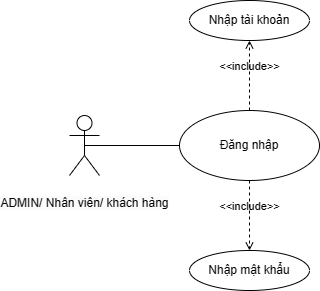
This is UC/imgs/UC_DANGNHAP.drawio.png from hieuNV0871/da, a draw.io export, as it was before one commit. Source tidied: cells renumbered, new cells last; positions are measured from the earlier drawing's top-left corner, leaving out a move shared by most shapes. Its diagram source:
```xml
<mxGraphModel>
  <root>
    <mxCell id="0" />
    <mxCell id="1" parent="0" />
    <mxCell id="2" value="&#10;&lt;span style=&quot;color: rgb(0, 0, 0); font-family: Helvetica; font-size: 12px; font-style: normal; font-variant-ligatures: normal; font-variant-caps: normal; font-weight: 400; letter-spacing: normal; orphans: 2; text-align: center; text-indent: 0px; text-transform: none; widows: 2; word-spacing: 0px; -webkit-text-stroke-width: 0px; background-color: rgb(251, 251, 251); text-decoration-thickness: initial; text-decoration-style: initial; text-decoration-color: initial; float: none; display: inline !important;&quot;&gt;ADMIN/ Nhân viên/ khách hàng&lt;/span&gt;&#10;&#10;" style="shape=umlActor;verticalLabelPosition=bottom;verticalAlign=top;html=1;outlineConnect=0;" parent="1" vertex="1">
      <mxGeometry y="115" width="30" height="60" as="geometry" />
    </mxCell>
    <mxCell id="3" value="&amp;lt;&amp;lt;include&amp;gt;&amp;gt;" style="html=1;verticalAlign=bottom;labelBackgroundColor=none;endArrow=open;endFill=0;dashed=1;rounded=0;exitX=0.5;exitY=0;exitDx=0;exitDy=0;entryX=0.5;entryY=1;entryDx=0;entryDy=0;" parent="1" edge="1" source="4" target="5">
      <mxGeometry relative="1" as="geometry" />
    </mxCell>
    <mxCell id="4" value="Đăng nhập" style="ellipse;whiteSpace=wrap;html=1;" parent="1" vertex="1">
      <mxGeometry x="110" y="110" width="140" height="70" as="geometry" />
    </mxCell>
    <mxCell id="5" value="Nhập tài khoản" style="ellipse;whiteSpace=wrap;html=1;" parent="1" vertex="1">
      <mxGeometry x="120" width="120" height="40" as="geometry" />
    </mxCell>
    <mxCell id="6" value="Nhập mật khẩu" style="ellipse;whiteSpace=wrap;html=1;" parent="1" vertex="1">
      <mxGeometry x="120" y="250" width="120" height="40" as="geometry" />
    </mxCell>
    <mxCell id="7" value="&amp;lt;&amp;lt;include&amp;gt;&amp;gt;" style="html=1;verticalAlign=bottom;labelBackgroundColor=none;endArrow=open;endFill=0;dashed=1;rounded=0;exitX=0.5;exitY=1;exitDx=0;exitDy=0;entryX=0.5;entryY=0;entryDx=0;entryDy=0;" parent="1" edge="1" source="4" target="6">
      <mxGeometry relative="1" as="geometry" />
    </mxCell>
    <mxCell id="8" style="endArrow=none;html=1;rounded=0;exitX=0.5;exitY=0.5;exitDx=0;exitDy=0;exitPerimeter=0;entryX=0;entryY=0.5;entryDx=0;entryDy=0;" parent="1" edge="1" source="2" target="4">
      <mxGeometry relative="1" as="geometry" />
    </mxCell>
  </root>
</mxGraphModel>
```
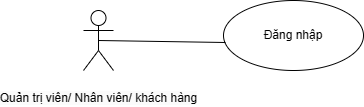
Later version of the same file.

The edit, as a diff of the source:
```diff
@@ -2,25 +2,13 @@
   <root>
     <mxCell id="0" />
     <mxCell id="1" parent="0" />
-    <mxCell id="2" value="&#10;&lt;span style=&quot;color: rgb(0, 0, 0); font-family: Helvetica; font-size: 12px; font-style: normal; font-variant-ligatures: normal; font-variant-caps: normal; font-weight: 400; letter-spacing: normal; orphans: 2; text-align: center; text-indent: 0px; text-transform: none; widows: 2; word-spacing: 0px; -webkit-text-stroke-width: 0px; background-color: rgb(251, 251, 251); text-decoration-thickness: initial; text-decoration-style: initial; text-decoration-color: initial; float: none; display: inline !important;&quot;&gt;ADMIN/ Nhân viên/ khách hàng&lt;/span&gt;&#10;&#10;" style="shape=umlActor;verticalLabelPosition=bottom;verticalAlign=top;html=1;outlineConnect=0;" parent="1" vertex="1">
-      <mxGeometry y="115" width="30" height="60" as="geometry" />
+    <mxCell id="2" value="&lt;br&gt;&lt;span style=&quot;color: rgb(0, 0, 0); font-family: Helvetica; font-size: 12px; font-style: normal; font-variant-ligatures: normal; font-variant-caps: normal; font-weight: 400; letter-spacing: normal; orphans: 2; text-align: center; text-indent: 0px; text-transform: none; widows: 2; word-spacing: 0px; -webkit-text-stroke-width: 0px; background-color: rgb(251, 251, 251); text-decoration-thickness: initial; text-decoration-style: initial; text-decoration-color: initial; float: none; display: inline !important;&quot;&gt;Quản trị viên/ Nhân viên/ khách hàng&lt;/span&gt;&lt;br&gt;" style="shape=umlActor;verticalLabelPosition=bottom;verticalAlign=top;html=1;outlineConnect=0;" parent="1" vertex="1">
+      <mxGeometry x="-30" y="120" width="30" height="60" as="geometry" />
     </mxCell>
-    <mxCell id="3" value="&amp;lt;&amp;lt;include&amp;gt;&amp;gt;" style="html=1;verticalAlign=bottom;labelBackgroundColor=none;endArrow=open;endFill=0;dashed=1;rounded=0;exitX=0.5;exitY=0;exitDx=0;exitDy=0;entryX=0.5;entryY=1;entryDx=0;entryDy=0;" parent="1" edge="1" source="4" target="5">
-      <mxGeometry relative="1" as="geometry" />
-    </mxCell>
     <mxCell id="4" value="Đăng nhập" style="ellipse;whiteSpace=wrap;html=1;" parent="1" vertex="1">
       <mxGeometry x="110" y="110" width="140" height="70" as="geometry" />
     </mxCell>
-    <mxCell id="5" value="Nhập tài khoản" style="ellipse;whiteSpace=wrap;html=1;" parent="1" vertex="1">
-      <mxGeometry x="120" width="120" height="40" as="geometry" />
-    </mxCell>
-    <mxCell id="6" value="Nhập mật khẩu" style="ellipse;whiteSpace=wrap;html=1;" parent="1" vertex="1">
-      <mxGeometry x="120" y="250" width="120" height="40" as="geometry" />
-    </mxCell>
-    <mxCell id="7" value="&amp;lt;&amp;lt;include&amp;gt;&amp;gt;" style="html=1;verticalAlign=bottom;labelBackgroundColor=none;endArrow=open;endFill=0;dashed=1;rounded=0;exitX=0.5;exitY=1;exitDx=0;exitDy=0;entryX=0.5;entryY=0;entryDx=0;entryDy=0;" parent="1" edge="1" source="4" target="6">
-      <mxGeometry relative="1" as="geometry" />
-    </mxCell>
-    <mxCell id="8" style="endArrow=none;html=1;rounded=0;exitX=0.5;exitY=0.5;exitDx=0;exitDy=0;exitPerimeter=0;entryX=0;entryY=0.5;entryDx=0;entryDy=0;" parent="1" edge="1" source="2" target="4">
+    <mxCell id="8" style="endArrow=none;html=1;rounded=0;exitX=0.5;exitY=0.5;exitDx=0;exitDy=0;exitPerimeter=0;entryX=0.014;entryY=0.6;entryDx=0;entryDy=0;entryPerimeter=0;" parent="1" edge="1" source="2" target="4">
       <mxGeometry relative="1" as="geometry" />
     </mxCell>
   </root>
```
